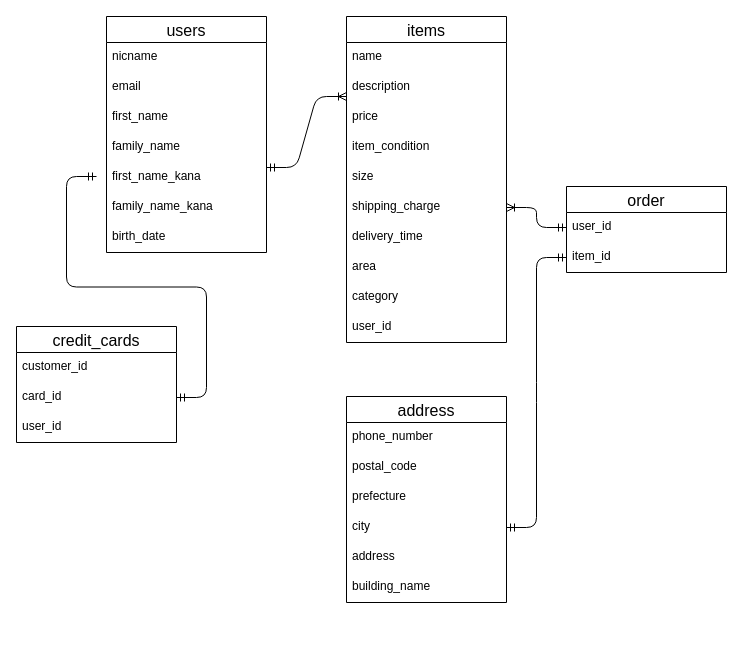
Before: ER.dio in pipi-pino/furima-37840, a draw.io diagram. Source tidied: cells renumbered, new cells numbered last; positions are measured from the earlier drawing's top-left corner, leaving out a move shared by most shapes. Both pictures are drawn from the tidied source at 100%, with x=0, y=0 at pixel (16, 16).
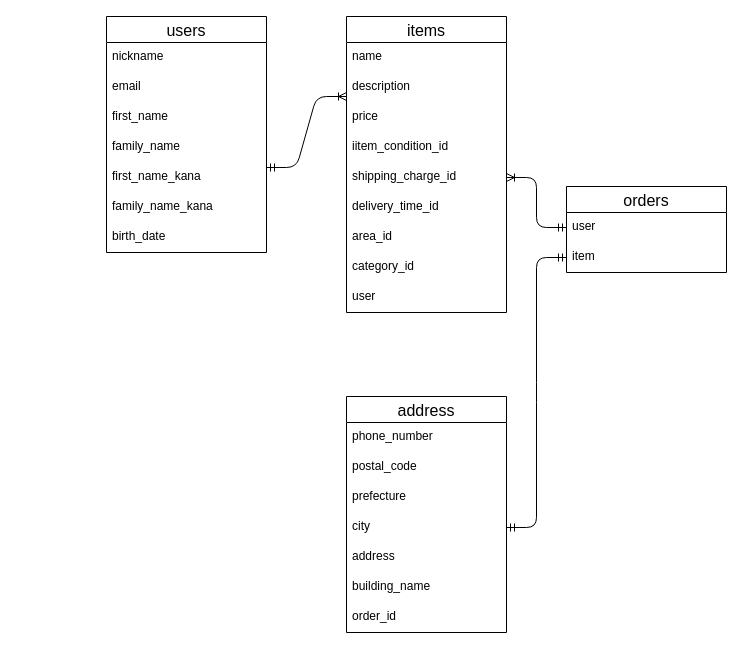
After the change.

Commit message (it also covers changes not shown here):
テーブル内容の変更

The change refers to these unchanged cells:
```xml
<mxCell id="4" value="users" style="swimlane;fontStyle=0;horizontal=1;startSize=26;align=center;fontSize=16;" parent="1" vertex="1">
  <mxGeometry x="90" width="160" height="236" as="geometry" />
</mxCell>
```

Diff of the diagram source:
```diff
@@
-    <mxCell id="2" style="edgeStyle=entityRelationEdgeStyle;fontSize=12;html=1;endArrow=ERmandOne;startArrow=ERmandOne;exitX=1;exitY=0.5;exitDx=0;exitDy=0;" parent="1" edge="1" source="25">
-      <mxGeometry relative="1" as="geometry">
-        <mxPoint x="80" y="160" as="targetPoint" />
-      </mxGeometry>
-    </mxCell>
@@
-    <mxCell id="5" value="nicname&#10;" style="text;strokeColor=none;fillColor=none;spacingLeft=4;spacingRight=4;overflow=hidden;fontSize=12;" parent="4" vertex="1">
+    <mxCell id="5" value="nickname" style="text;strokeColor=none;fillColor=none;spacingLeft=4;spacingRight=4;overflow=hidden;fontSize=12;" parent="4" vertex="1">
       <mxGeometry y="26" width="160" height="30" as="geometry" />
     </mxCell>
@@
     <mxCell id="12" value="items" style="swimlane;fontStyle=0;horizontal=1;startSize=26;align=center;fontSize=16;" parent="1" vertex="1">
-      <mxGeometry x="330" width="160" height="326" as="geometry" />
+      <mxGeometry x="330" width="160" height="296" as="geometry" />
     </mxCell>
@@
-    <mxCell id="16" value="item_condition" style="text;strokeColor=none;fillColor=none;spacingLeft=4;spacingRight=4;overflow=hidden;fontSize=12;" parent="12" vertex="1">
+    <mxCell id="16" value="iitem_condition_id" style="text;strokeColor=none;fillColor=none;spacingLeft=4;spacingRight=4;overflow=hidden;fontSize=12;" parent="12" vertex="1">
       <mxGeometry y="116" width="160" height="30" as="geometry" />
     </mxCell>
-    <mxCell id="17" value="size" style="text;strokeColor=none;fillColor=none;spacingLeft=4;spacingRight=4;overflow=hidden;fontSize=12;" parent="12" vertex="1">
-      <mxGeometry y="146" width="160" height="30" as="geometry" />
-    </mxCell>
-    <mxCell id="18" value="shipping_charge" style="text;strokeColor=none;fillColor=none;spacingLeft=4;spacingRight=4;overflow=hidden;points=[[0,0.5],[1,0.5]];portConstraint=eastwest;fontSize=12;" parent="12" vertex="1">
-      <mxGeometry y="176" width="160" height="30" as="geometry" />
+    <mxCell id="18" value="shipping_charge_id" style="text;strokeColor=none;fillColor=none;spacingLeft=4;spacingRight=4;overflow=hidden;points=[[0,0.5],[1,0.5]];portConstraint=eastwest;fontSize=12;" parent="12" vertex="1">
+      <mxGeometry y="146" width="160" height="30" as="geometry" />
     </mxCell>
-    <mxCell id="19" value="delivery_time" style="text;strokeColor=none;fillColor=none;spacingLeft=4;spacingRight=4;overflow=hidden;fontSize=12;" parent="12" vertex="1">
-      <mxGeometry y="206" width="160" height="30" as="geometry" />
+    <mxCell id="19" value="delivery_time_id" style="text;strokeColor=none;fillColor=none;spacingLeft=4;spacingRight=4;overflow=hidden;fontSize=12;" parent="12" vertex="1">
+      <mxGeometry y="176" width="160" height="30" as="geometry" />
     </mxCell>
-    <mxCell id="20" value="area" style="text;strokeColor=none;fillColor=none;spacingLeft=4;spacingRight=4;overflow=hidden;fontSize=12;" parent="12" vertex="1">
-      <mxGeometry y="236" width="160" height="30" as="geometry" />
+    <mxCell id="20" value="area_id" style="text;strokeColor=none;fillColor=none;spacingLeft=4;spacingRight=4;overflow=hidden;fontSize=12;" parent="12" vertex="1">
+      <mxGeometry y="206" width="160" height="30" as="geometry" />
     </mxCell>
-    <mxCell id="21" value="category" style="text;strokeColor=none;fillColor=none;spacingLeft=4;spacingRight=4;overflow=hidden;fontSize=12;" parent="12" vertex="1">
-      <mxGeometry y="266" width="160" height="30" as="geometry" />
+    <mxCell id="21" value="category_id" style="text;strokeColor=none;fillColor=none;spacingLeft=4;spacingRight=4;overflow=hidden;fontSize=12;" parent="12" vertex="1">
+      <mxGeometry y="236" width="160" height="30" as="geometry" />
     </mxCell>
-    <mxCell id="22" value="user_id" style="text;strokeColor=none;fillColor=none;spacingLeft=4;spacingRight=4;overflow=hidden;fontSize=12;" parent="12" vertex="1">
-      <mxGeometry y="296" width="160" height="30" as="geometry" />
+    <mxCell id="22" value="user" style="text;strokeColor=none;fillColor=none;spacingLeft=4;spacingRight=4;overflow=hidden;fontSize=12;" parent="12" vertex="1">
+      <mxGeometry y="266" width="160" height="30" as="geometry" />
     </mxCell>
-    <mxCell id="23" value="credit_cards" style="swimlane;fontStyle=0;horizontal=1;startSize=26;align=center;fontSize=16;" parent="1" vertex="1">
-      <mxGeometry y="310" width="160" height="116" as="geometry" />
-    </mxCell>
-    <mxCell id="24" value="customer_id" style="text;strokeColor=none;fillColor=none;spacingLeft=4;spacingRight=4;overflow=hidden;fontSize=12;" parent="23" vertex="1">
-      <mxGeometry y="26" width="160" height="30" as="geometry" />
-    </mxCell>
-    <mxCell id="25" value="card_id" style="text;strokeColor=none;fillColor=none;spacingLeft=4;spacingRight=4;overflow=hidden;points=[[0,0.5],[1,0.5]];portConstraint=eastwest;fontSize=12;" parent="23" vertex="1">
-      <mxGeometry y="56" width="160" height="30" as="geometry" />
-    </mxCell>
-    <mxCell id="26" value="user_id" style="text;strokeColor=none;fillColor=none;spacingLeft=4;spacingRight=4;overflow=hidden;fontSize=12;" parent="23" vertex="1">
-      <mxGeometry y="86" width="160" height="30" as="geometry" />
-    </mxCell>
-    <mxCell id="27" value="order" style="swimlane;fontStyle=0;horizontal=1;startSize=26;align=center;fontSize=16;" parent="1" vertex="1">
+    <mxCell id="27" value="orders" style="swimlane;fontStyle=0;horizontal=1;startSize=26;align=center;fontSize=16;" parent="1" vertex="1">
       <mxGeometry x="550" y="170" width="160" height="86" as="geometry" />
     </mxCell>
-    <mxCell id="28" value="user_id" style="text;strokeColor=none;fillColor=none;spacingLeft=4;spacingRight=4;overflow=hidden;points=[[0,0.5],[1,0.5]];portConstraint=eastwest;fontSize=12;" parent="27" vertex="1">
+    <mxCell id="28" value="user" style="text;strokeColor=none;fillColor=none;spacingLeft=4;spacingRight=4;overflow=hidden;points=[[0,0.5],[1,0.5]];portConstraint=eastwest;fontSize=12;" parent="27" vertex="1">
       <mxGeometry y="26" width="160" height="30" as="geometry" />
     </mxCell>
-    <mxCell id="29" value="item_id" style="text;strokeColor=none;fillColor=none;spacingLeft=4;spacingRight=4;overflow=hidden;points=[[0,0.5],[1,0.5]];portConstraint=eastwest;fontSize=12;" parent="27" vertex="1">
+    <mxCell id="29" value="item" style="text;strokeColor=none;fillColor=none;spacingLeft=4;spacingRight=4;overflow=hidden;points=[[0,0.5],[1,0.5]];portConstraint=eastwest;fontSize=12;" parent="27" vertex="1">
       <mxGeometry y="56" width="160" height="30" as="geometry" />
     </mxCell>
@@
     <mxCell id="31" value="address" style="swimlane;fontStyle=0;horizontal=1;startSize=26;align=center;fontSize=16;" parent="1" vertex="1">
-      <mxGeometry x="330" y="380" width="160" height="206" as="geometry" />
+      <mxGeometry x="330" y="380" width="160" height="236" as="geometry" />
     </mxCell>
@@
+    <mxCell id="39" value="order_id" style="text;strokeColor=none;fillColor=none;spacingLeft=4;spacingRight=4;overflow=hidden;fontSize=12;" parent="31" vertex="1">
+      <mxGeometry y="206" width="160" height="30" as="geometry" />
+    </mxCell>
```
